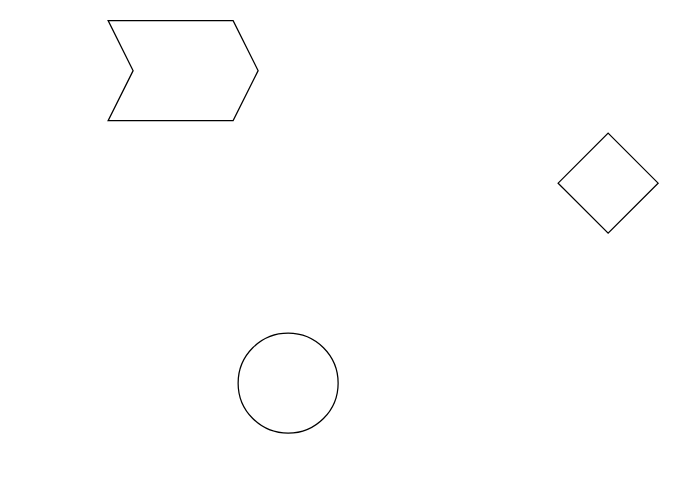
Before: Diagramma senza titolo.drawio in LoreBadTime/unfinished_projects, a draw.io diagram. Source tidied: cells renumbered, new cells numbered last; positions are measured from the earlier drawing's top-left corner, leaving out a move shared by most shapes. Both pictures are drawn from the tidied source at 125%, with x=0, y=0 at pixel (108, 20).
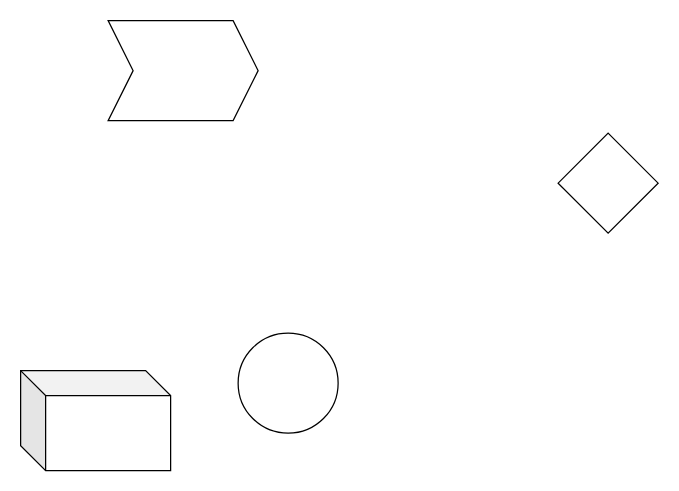
Above is the later version.

Change to the diagram source:
```diff
@@
 <mxGraphModel>
   <root>
     <mxCell id="0" />
     <mxCell id="1" parent="0" />
     <mxCell id="2" style="shape=step;perimeter=stepPerimeter;whiteSpace=wrap;html=1;fixedSize=1;" parent="1" vertex="1">
       <mxGeometry width="120" height="80" as="geometry" />
     </mxCell>
     <mxCell id="3" style="rhombus;whiteSpace=wrap;html=1;" parent="1" vertex="1">
       <mxGeometry x="360" y="90" width="80" height="80" as="geometry" />
     </mxCell>
     <mxCell id="4" style="ellipse;whiteSpace=wrap;html=1;" parent="1" vertex="1">
       <mxGeometry x="104" y="250" width="80" height="80" as="geometry" />
     </mxCell>
+    <mxCell id="5" style="shape=cube;whiteSpace=wrap;html=1;boundedLbl=1;backgroundOutline=1;darkOpacity=0.05;darkOpacity2=0.1;" parent="1" vertex="1">
+      <mxGeometry x="-70" y="280" width="120" height="80" as="geometry" />
+    </mxCell>
   </root>
 </mxGraphModel>
```
